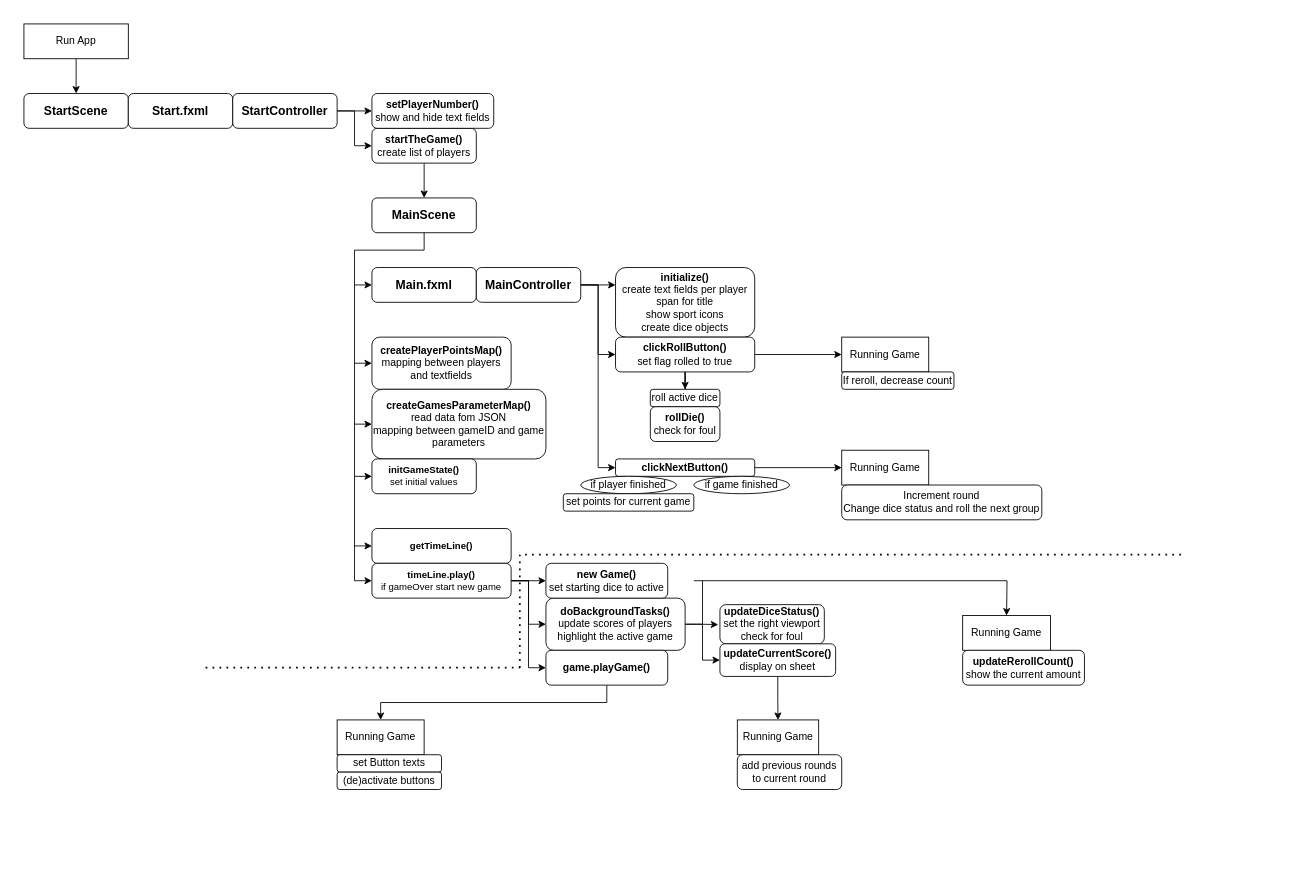
This is src/main/resources/Flow.drawio from MarcoSeibert/Decathlon, a draw.io file, before an edit. Source tidied: cells renumbered, new cells numbered last; positions are measured from the earlier drawing's top-left corner, leaving out a move shared by most shapes. Both pictures are drawn from the tidied source at 87%, with x=0, y=0 at pixel (23, 23).
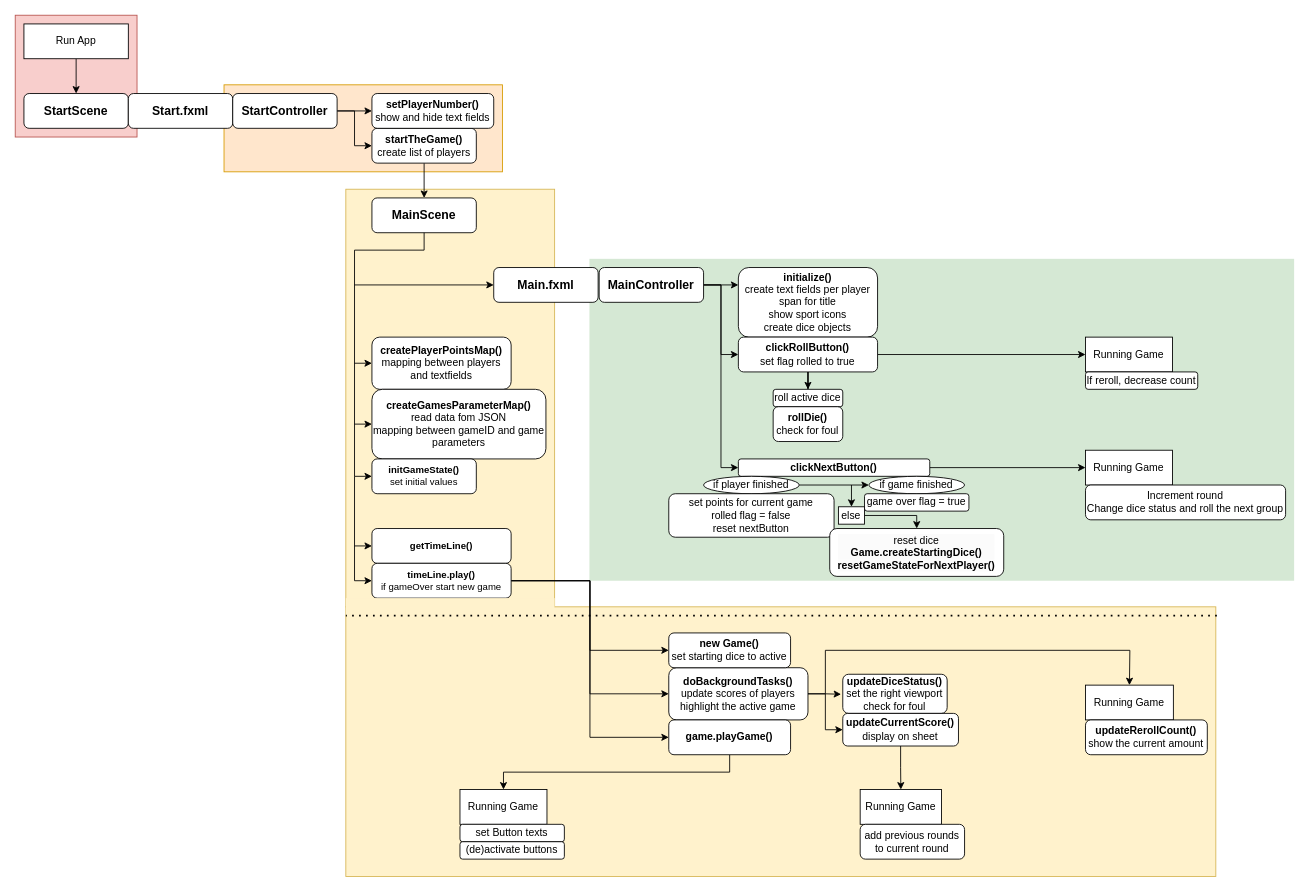
Above is the later version.

Commit message (it also covers changes not shown here):
First game playable

The change refers to these unchanged cells:
```xml
<mxCell id="27" value="timeLine.play()&lt;div&gt;&lt;span style=&quot;font-weight: 400;&quot;&gt;if gameOver start new game&lt;/span&gt;&lt;/div&gt;" style="rounded=1;whiteSpace=wrap;html=1;fontSize=11;fontStyle=1;" parent="1" vertex="1">
  <mxGeometry x="400" y="620" width="160" height="40" as="geometry" />
</mxCell>
```

The edit, as a diff of the source:
```diff
@@
+    <mxCell id="71" style="whiteSpace=wrap;html=1;strokeColor=#d6b656;fillColor=#fff2cc;" parent="1" vertex="1">
+      <mxGeometry x="370" y="670" width="1000" height="310" as="geometry" />
+    </mxCell>
+    <mxCell id="72" style="rounded=0;whiteSpace=wrap;html=1;strokeColor=none;fillColor=#d5e8d4;" parent="1" vertex="1">
+      <mxGeometry x="650" y="270" width="810" height="370" as="geometry" />
+    </mxCell>
+    <mxCell id="73" style="rounded=0;whiteSpace=wrap;html=1;strokeColor=#d79b00;fillColor=#ffe6cc;" parent="1" vertex="1">
+      <mxGeometry x="230" y="70" width="320" height="100" as="geometry" />
+    </mxCell>
+    <mxCell id="74" style="whiteSpace=wrap;html=1;strokeColor=#d6b656;fillColor=#fff2cc;" parent="1" vertex="1">
+      <mxGeometry x="370" y="190" width="240" height="480" as="geometry" />
+    </mxCell>
+    <mxCell id="75" style="whiteSpace=wrap;html=1;strokeColor=#b85450;fillColor=#f8cecc;" parent="1" vertex="1">
+      <mxGeometry x="-10" y="-10" width="140" height="140" as="geometry" />
+    </mxCell>
@@
     <mxCell id="13" value="&lt;h3&gt;Main.fxml&lt;/h3&gt;" style="rounded=1;whiteSpace=wrap;html=1;" parent="1" vertex="1">
-      <mxGeometry x="400" y="280" width="120" height="40" as="geometry" />
+      <mxGeometry x="540" y="280" width="120" height="40" as="geometry" />
     </mxCell>
     <mxCell id="14" style="edgeStyle=orthogonalEdgeStyle;rounded=0;jettySize=auto;html=1;exitX=1;exitY=0.5;exitDx=0;exitDy=0;" parent="1" edge="1" source="17">
       <mxGeometry relative="1" as="geometry">
-        <mxPoint x="680" y="300" as="targetPoint" />
+        <mxPoint x="821.2" y="300" as="targetPoint" />
       </mxGeometry>
     </mxCell>
@@
     <mxCell id="17" value="&lt;h3&gt;MainController&lt;/h3&gt;" style="rounded=1;whiteSpace=wrap;html=1;" parent="1" vertex="1">
-      <mxGeometry x="520" y="280" width="120" height="40" as="geometry" />
+      <mxGeometry x="661.2" y="280" width="120" height="40" as="geometry" />
     </mxCell>
@@
-    <mxCell id="24" style="edgeStyle=orthogonalEdgeStyle;rounded=0;jettySize=auto;html=1;entryX=0;entryY=0.5;entryDx=0;entryDy=0;" parent="1" edge="1" source="27" target="40">
+    <mxCell id="24" style="edgeStyle=orthogonalEdgeStyle;rounded=0;jettySize=auto;html=1;entryX=0;entryY=0.5;entryDx=0;entryDy=0;exitX=1;exitY=0.5;exitDx=0;exitDy=0;" parent="1" edge="1" source="27" target="40">
       <mxGeometry relative="1" as="geometry" />
     </mxCell>
-    <mxCell id="25" style="edgeStyle=orthogonalEdgeStyle;rounded=0;jettySize=auto;html=1;entryX=0;entryY=0.5;entryDx=0;entryDy=0;" parent="1" edge="1" source="27" target="39">
+    <mxCell id="25" style="edgeStyle=orthogonalEdgeStyle;rounded=0;jettySize=auto;html=1;entryX=0;entryY=0.5;entryDx=0;entryDy=0;exitX=1;exitY=0.5;exitDx=0;exitDy=0;" parent="1" edge="1" source="27" target="39">
       <mxGeometry relative="1" as="geometry" />
     </mxCell>
-    <mxCell id="26" style="edgeStyle=orthogonalEdgeStyle;rounded=0;jettySize=auto;html=1;entryX=0;entryY=0.5;entryDx=0;entryDy=0;" parent="1" edge="1" source="27" target="42">
+    <mxCell id="26" style="edgeStyle=orthogonalEdgeStyle;rounded=0;jettySize=auto;html=1;entryX=0;entryY=0.5;entryDx=0;entryDy=0;exitX=1;exitY=0.5;exitDx=0;exitDy=0;" parent="1" edge="1" source="27" target="42">
       <mxGeometry relative="1" as="geometry" />
     </mxCell>
@@
     <mxCell id="33" value="&lt;b&gt;initialize()&lt;/b&gt;&lt;br&gt;create text fields per player&lt;br&gt;span for title&lt;br&gt;show sport icons&lt;div&gt;create dice objects&lt;/div&gt;" style="rounded=1;whiteSpace=wrap;html=1;spacing=0;" parent="1" vertex="1">
-      <mxGeometry x="680" y="280" width="160" height="80" as="geometry" />
+      <mxGeometry x="821.2" y="280" width="160" height="80" as="geometry" />
     </mxCell>
@@
     <mxCell id="36" value="&lt;b&gt;clickRollButton()&lt;/b&gt;&lt;br&gt;set flag rolled to true" style="rounded=1;whiteSpace=wrap;html=1;spacing=0;" parent="1" vertex="1">
-      <mxGeometry x="680" y="360" width="160" height="40" as="geometry" />
+      <mxGeometry x="821.2" y="360" width="160" height="40" as="geometry" />
     </mxCell>
@@
     <mxCell id="39" value="doBackgroundTasks()&lt;div&gt;&lt;span style=&quot;font-weight: 400;&quot;&gt;update scores of players&lt;/span&gt;&lt;/div&gt;&lt;div&gt;&lt;span style=&quot;font-weight: 400;&quot;&gt;highlight the active game&lt;/span&gt;&lt;/div&gt;" style="rounded=1;whiteSpace=wrap;html=1;fontStyle=1;" parent="1" vertex="1">
-      <mxGeometry x="600" y="660" width="160" height="60" as="geometry" />
+      <mxGeometry x="741.2" y="740" width="160" height="60" as="geometry" />
     </mxCell>
     <mxCell id="40" value="new Game()&lt;div&gt;&lt;span style=&quot;font-weight: normal;&quot;&gt;set starting dice to active&lt;/span&gt;&lt;/div&gt;" style="rounded=1;whiteSpace=wrap;html=1;fontStyle=1;" parent="1" vertex="1">
-      <mxGeometry x="600" y="620" width="140" height="40" as="geometry" />
+      <mxGeometry x="741.2" y="700" width="140" height="40" as="geometry" />
     </mxCell>
     <mxCell id="41" style="edgeStyle=orthogonalEdgeStyle;rounded=0;jettySize=auto;html=1;entryX=0.5;entryY=0;entryDx=0;entryDy=0;" parent="1" edge="1" source="42" target="47">
       <mxGeometry relative="1" as="geometry">
         <Array as="points">
-          <mxPoint x="670" y="780" />
-          <mxPoint x="410" y="780" />
+          <mxPoint x="811.2" y="860" />
+          <mxPoint x="551.2" y="860" />
         </Array>
       </mxGeometry>
     </mxCell>
     <mxCell id="42" value="game.playGame()" style="rounded=1;whiteSpace=wrap;html=1;fontStyle=1;" parent="1" vertex="1">
-      <mxGeometry x="600" y="720" width="140" height="40" as="geometry" />
+      <mxGeometry x="741.2" y="800" width="140" height="40" as="geometry" />
     </mxCell>
     <mxCell id="43" value="&lt;b&gt;updateDiceStatus()&lt;/b&gt;&lt;div&gt;set the right viewport&lt;/div&gt;&lt;div&gt;check for foul&lt;/div&gt;" style="rounded=1;whiteSpace=wrap;html=1;" parent="1" vertex="1">
-      <mxGeometry x="800" y="667.5" width="120" height="45" as="geometry" />
+      <mxGeometry x="941.2" y="747.5" width="120" height="45" as="geometry" />
     </mxCell>
-    <mxCell id="44" style="endArrow=none;dashed=1;html=1;dashPattern=1 3;strokeWidth=2;rounded=0;" parent="1" edge="1">
-      <mxGeometry relative="1" as="geometry">
-        <mxPoint x="1330" y="610" as="sourcePoint" />
-        <mxPoint x="570" y="610" as="targetPoint" />
-      </mxGeometry>
-    </mxCell>
-    <mxCell id="45" style="endArrow=none;dashed=1;html=1;dashPattern=1 3;strokeWidth=2;rounded=0;" parent="1" edge="1">
-      <mxGeometry relative="1" as="geometry">
-        <mxPoint x="570" y="740" as="sourcePoint" />
-        <mxPoint x="570" y="610" as="targetPoint" />
-      </mxGeometry>
-    </mxCell>
-    <mxCell id="46" style="endArrow=none;dashed=1;html=1;dashPattern=1 3;strokeWidth=2;rounded=0;" parent="1" edge="1">
-      <mxGeometry relative="1" as="geometry">
-        <mxPoint x="208.8" y="740" as="sourcePoint" />
-        <mxPoint x="570" y="740" as="targetPoint" />
-      </mxGeometry>
-    </mxCell>
     <mxCell id="47" value="Running Game" style="rounded=0;whiteSpace=wrap;html=1;" parent="1" vertex="1">
-      <mxGeometry x="360" y="800" width="100" height="40" as="geometry" />
+      <mxGeometry x="501.2" y="880" width="100" height="40" as="geometry" />
     </mxCell>
     <mxCell id="48" value="Running Game" style="rounded=0;whiteSpace=wrap;html=1;" parent="1" vertex="1">
-      <mxGeometry x="940" y="360" width="100" height="40" as="geometry" />
+      <mxGeometry x="1220.2" y="360" width="100" height="40" as="geometry" />
     </mxCell>
     <mxCell id="49" value="If reroll, decrease count" style="rounded=1;whiteSpace=wrap;html=1;" parent="1" vertex="1">
-      <mxGeometry x="940" y="400" width="129" height="20" as="geometry" />
+      <mxGeometry x="1220.2" y="400" width="129" height="20" as="geometry" />
     </mxCell>
     <mxCell id="50" style="endArrow=none;html=1;rounded=0;startFill=0;" parent="1" edge="1">
       <mxGeometry relative="1" as="geometry">
-        <mxPoint x="770" y="640" as="sourcePoint" />
-        <mxPoint x="1130" y="640" as="targetPoint" />
+        <mxPoint x="921.2" y="720" as="sourcePoint" />
+        <mxPoint x="1271.2" y="720" as="targetPoint" />
       </mxGeometry>
     </mxCell>
     <mxCell id="51" value="Running Game" style="rounded=0;whiteSpace=wrap;html=1;" parent="1" vertex="1">
-      <mxGeometry x="1079" y="680" width="101" height="40" as="geometry" />
+      <mxGeometry x="1220.2" y="760" width="101" height="40" as="geometry" />
     </mxCell>
     <mxCell id="52" value="&lt;b&gt;updateRerollCount()&lt;/b&gt;&lt;div&gt;show the current amount&lt;/div&gt;" style="rounded=1;whiteSpace=wrap;html=1;" parent="1" vertex="1">
-      <mxGeometry x="1079" y="720" width="140" height="40" as="geometry" />
+      <mxGeometry x="1220.2" y="800" width="140" height="40" as="geometry" />
     </mxCell>
     <mxCell id="53" value="set Button texts" style="rounded=1;whiteSpace=wrap;html=1;" parent="1" vertex="1">
-      <mxGeometry x="360" y="840" width="120" height="20" as="geometry" />
+      <mxGeometry x="501.2" y="920" width="120" height="20" as="geometry" />
     </mxCell>
     <mxCell id="54" value="(de)activate buttons" style="rounded=1;whiteSpace=wrap;html=1;" parent="1" vertex="1">
-      <mxGeometry x="360" y="860" width="120" height="20" as="geometry" />
+      <mxGeometry x="501.2" y="940" width="120" height="20" as="geometry" />
     </mxCell>
     <mxCell id="55" value="roll active dice" style="rounded=1;whiteSpace=wrap;html=1;" parent="1" vertex="1">
-      <mxGeometry x="720" y="420" width="80" height="20" as="geometry" />
+      <mxGeometry x="861.2" y="420" width="80" height="20" as="geometry" />
     </mxCell>
     <mxCell id="56" value="&lt;b&gt;rollDie()&lt;/b&gt;&lt;div&gt;check for foul&lt;/div&gt;" style="rounded=1;whiteSpace=wrap;html=1;" parent="1" vertex="1">
-      <mxGeometry x="720" y="440" width="80" height="40" as="geometry" />
+      <mxGeometry x="861.2" y="440" width="80" height="40" as="geometry" />
     </mxCell>
@@
     <mxCell id="58" value="&lt;b&gt;updateCurrentScore()&lt;/b&gt;&lt;div&gt;display on sheet&lt;/div&gt;" style="rounded=1;whiteSpace=wrap;html=1;" parent="1" vertex="1">
-      <mxGeometry x="800" y="712.5" width="133" height="37.5" as="geometry" />
+      <mxGeometry x="941.2" y="792.5" width="133" height="37.5" as="geometry" />
     </mxCell>
@@
     <mxCell id="60" style="endArrow=none;html=1;rounded=0;" parent="1" edge="1">
       <mxGeometry relative="1" as="geometry">
-        <mxPoint x="780" y="690" as="sourcePoint" />
-        <mxPoint x="780" y="640" as="targetPoint" />
+        <mxPoint x="921.2" y="770" as="sourcePoint" />
+        <mxPoint x="921.2" y="720" as="targetPoint" />
       </mxGeometry>
     </mxCell>
     <mxCell id="61" value="Running Game" style="rounded=0;whiteSpace=wrap;html=1;" parent="1" vertex="1">
-      <mxGeometry x="820" y="800" width="93.5" height="40" as="geometry" />
+      <mxGeometry x="961.2" y="880" width="93.5" height="40" as="geometry" />
     </mxCell>
     <mxCell id="62" value="add previous rounds&lt;div&gt;to current round&lt;/div&gt;" style="rounded=1;whiteSpace=wrap;html=1;" parent="1" vertex="1">
-      <mxGeometry x="820" y="840" width="120" height="40" as="geometry" />
+      <mxGeometry x="961.2" y="920" width="120" height="40" as="geometry" />
     </mxCell>
@@
     <mxCell id="64" value="&lt;b&gt;clickNextButton()&lt;/b&gt;" style="rounded=1;whiteSpace=wrap;html=1;spacing=0;" parent="1" vertex="1">
-      <mxGeometry x="680" y="500" width="160" height="20" as="geometry" />
+      <mxGeometry x="821.2" y="500" width="220" height="20" as="geometry" />
     </mxCell>
     <mxCell id="65" value="Running Game" style="rounded=0;whiteSpace=wrap;html=1;" parent="1" vertex="1">
-      <mxGeometry x="940" y="490" width="100" height="40" as="geometry" />
+      <mxGeometry x="1220.2" y="490" width="100" height="40" as="geometry" />
     </mxCell>
     <mxCell id="66" style="endArrow=classic;html=1;rounded=0;entryX=0.5;entryY=0;entryDx=0;entryDy=0;" parent="1" edge="1" target="51">
       <mxGeometry relative="1" as="geometry">
-        <mxPoint x="1130" y="640" as="sourcePoint" />
+        <mxPoint x="1271.2" y="720" as="sourcePoint" />
       </mxGeometry>
     </mxCell>
     <mxCell id="67" value="Increment round&lt;br&gt;Change dice status and roll the next group" style="rounded=1;whiteSpace=wrap;html=1;" parent="1" vertex="1">
-      <mxGeometry x="940" y="530" width="230" height="40" as="geometry" />
+      <mxGeometry x="1220.2" y="530" width="230" height="40" as="geometry" />
     </mxCell>
+    <mxCell id="76" style="edgeStyle=orthogonalEdgeStyle;rounded=0;jettySize=auto;html=1;exitX=1;exitY=0.5;exitDx=0;exitDy=0;entryX=0;entryY=0.5;entryDx=0;entryDy=0;" parent="1" edge="1" source="68" target="69">
+      <mxGeometry relative="1" as="geometry" />
+    </mxCell>
     <mxCell id="68" value="if player finished" style="ellipse;whiteSpace=wrap;html=1;" parent="1" vertex="1">
-      <mxGeometry x="640" y="520" width="110" height="20" as="geometry" />
+      <mxGeometry x="781.2" y="520" width="110" height="20" as="geometry" />
     </mxCell>
     <mxCell id="69" value="if game finished" style="ellipse;whiteSpace=wrap;html=1;" parent="1" vertex="1">
-      <mxGeometry x="770" y="520" width="110" height="20" as="geometry" />
+      <mxGeometry x="971.2" y="520" width="110" height="20" as="geometry" />
     </mxCell>
-    <mxCell id="70" value="set points for current game" style="rounded=1;whiteSpace=wrap;html=1;" parent="1" vertex="1">
-      <mxGeometry x="620" y="540" width="150" height="20" as="geometry" />
+    <mxCell id="70" value="set points for current game&lt;div&gt;rolled flag = false&lt;/div&gt;&lt;div&gt;reset nextButton&lt;/div&gt;" style="rounded=1;whiteSpace=wrap;html=1;" parent="1" vertex="1">
+      <mxGeometry x="741.2" y="540" width="190" height="50" as="geometry" />
     </mxCell>
+    <mxCell id="77" value="&lt;div&gt;game over flag = true&lt;/div&gt;" style="rounded=1;whiteSpace=wrap;html=1;" parent="1" vertex="1">
+      <mxGeometry x="966.2" y="540" width="120" height="20" as="geometry" />
+    </mxCell>
+    <mxCell id="78" value="&lt;div style=&quot;forced-color-adjust: none; color: rgb(0, 0, 0); font-family: Helvetica; font-size: 12px; font-style: normal; font-variant-ligatures: normal; font-variant-caps: normal; font-weight: 400; letter-spacing: normal; orphans: 2; text-align: center; text-indent: 0px; text-transform: none; widows: 2; word-spacing: 0px; -webkit-text-stroke-width: 0px; white-space: normal; background-color: rgb(251, 251, 251); text-decoration-thickness: initial; text-decoration-style: initial; text-decoration-color: initial;&quot;&gt;reset dice&lt;/div&gt;&lt;div style=&quot;forced-color-adjust: none; color: rgb(0, 0, 0); font-family: Helvetica; font-size: 12px; font-style: normal; font-variant-ligatures: normal; font-variant-caps: normal; letter-spacing: normal; orphans: 2; text-align: center; text-indent: 0px; text-transform: none; widows: 2; word-spacing: 0px; -webkit-text-stroke-width: 0px; white-space: normal; background-color: rgb(251, 251, 251); text-decoration-thickness: initial; text-decoration-style: initial; text-decoration-color: initial;&quot;&gt;&lt;b&gt;Game.createStartingDice()&lt;/b&gt;&lt;/div&gt;&lt;div style=&quot;forced-color-adjust: none; color: rgb(0, 0, 0); font-family: Helvetica; font-size: 12px; font-style: normal; font-variant-ligatures: normal; font-variant-caps: normal; font-weight: 400; letter-spacing: normal; orphans: 2; text-align: center; text-indent: 0px; text-transform: none; widows: 2; word-spacing: 0px; -webkit-text-stroke-width: 0px; white-space: normal; background-color: rgb(251, 251, 251); text-decoration-thickness: initial; text-decoration-style: initial; text-decoration-color: initial;&quot;&gt;&lt;b style=&quot;forced-color-adjust: none;&quot;&gt;resetGameStateForNextPlayer()&lt;/b&gt;&lt;/div&gt;" style="rounded=1;whiteSpace=wrap;html=1;" parent="1" vertex="1">
+      <mxGeometry x="926.2" y="580" width="200" height="55" as="geometry" />
+    </mxCell>
+    <mxCell id="79" style="endArrow=classic;html=1;rounded=0;entryX=0.5;entryY=0;entryDx=0;entryDy=0;" parent="1" edge="1" source="81" target="78">
+      <mxGeometry relative="1" as="geometry">
+        <Array as="points">
+          <mxPoint x="1026.2" y="565" />
+        </Array>
+      </mxGeometry>
+    </mxCell>
+    <mxCell id="80" style="endArrow=classic;html=1;rounded=0;entryX=0.5;entryY=0;entryDx=0;entryDy=0;" parent="1" edge="1" target="81">
+      <mxGeometry relative="1" as="geometry">
+        <mxPoint x="951.2" y="530" as="sourcePoint" />
+      </mxGeometry>
+    </mxCell>
+    <mxCell id="81" value="else" style="text;html=1;align=center;verticalAlign=middle;whiteSpace=wrap;rounded=0;fillColor=default;strokeColor=default;" parent="1" vertex="1">
+      <mxGeometry x="936.2" y="555" width="30" height="20" as="geometry" />
+    </mxCell>
+    <mxCell id="82" style="rounded=0;whiteSpace=wrap;html=1;fillColor=#fff2cc;strokeColor=none;" parent="1" vertex="1">
+      <mxGeometry x="370" y="660" width="240" height="20" as="geometry" />
+    </mxCell>
+    <mxCell id="44" style="endArrow=none;dashed=1;html=1;dashPattern=1 3;strokeWidth=2;rounded=0;" parent="1" edge="1">
+      <mxGeometry relative="1" as="geometry">
+        <mxPoint x="1371.2" y="680" as="sourcePoint" />
+        <mxPoint x="370" y="680" as="targetPoint" />
+      </mxGeometry>
+    </mxCell>
```
